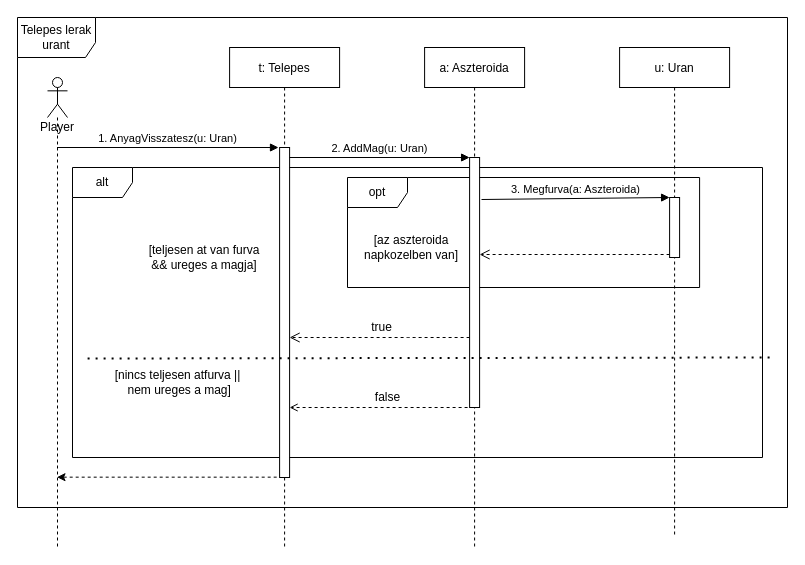
Above: page "uran lerak" (1 of 5) of doc/szekvencia/szek_UranLerak.drawio in torpeBoiGo/aszteroidabanyaszat (draw.io), before the change. Source tidied: cells renumbered, new cells numbered last; positions are measured from the earlier drawing's top-left corner, leaving out a move shared by most shapes. Both pictures are drawn from the tidied source at 100%, with x=0, y=0 at pixel (17, 17).
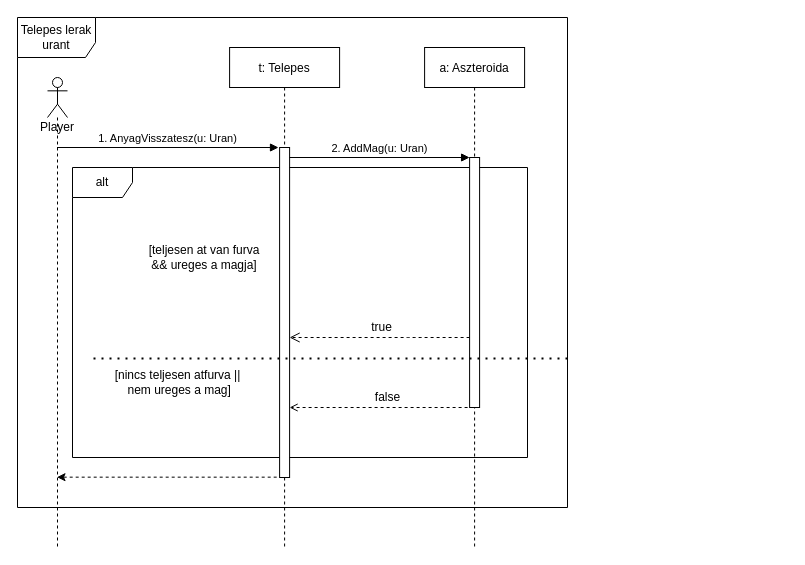
After the change.

Commit message (it also covers changes not shown here):
nincs megfurva

The change refers to these unchanged cells:
```xml
<mxCell id="9" style="html=1;points=[];perimeter=orthogonalPerimeter;" parent="8" vertex="1">
  <mxGeometry x="45" y="110" width="10" height="250" as="geometry" />
</mxCell>
```

Diff of the diagram source:
```diff
@@
     <mxCell id="2" value="Telepes lerak urant" style="shape=umlFrame;whiteSpace=wrap;html=1;width=78;height=40;" parent="1" vertex="1">
-      <mxGeometry width="770" height="490" as="geometry" />
+      <mxGeometry width="550" height="490" as="geometry" />
     </mxCell>
     <mxCell id="3" value="alt" style="shape=umlFrame;whiteSpace=wrap;html=1;" parent="1" vertex="1">
-      <mxGeometry x="55" y="150" width="690" height="290" as="geometry" />
+      <mxGeometry x="55" y="150" width="455" height="290" as="geometry" />
     </mxCell>
-    <mxCell id="4" value="opt" style="shape=umlFrame;whiteSpace=wrap;html=1;" parent="1" vertex="1">
-      <mxGeometry x="330" y="160" width="352.1" height="110" as="geometry" />
-    </mxCell>
-    <mxCell id="5" value="u: Uran" style="shape=umlLifeline;perimeter=lifelinePerimeter;rounded=0;shadow=0;strokeWidth=1;" parent="1" vertex="1">
-      <mxGeometry x="602.1" y="30" width="110" height="490" as="geometry" />
-    </mxCell>
@@
-    <mxCell id="14" value="[az aszteroida napkozelben van]" style="text;html=1;strokeColor=none;fillColor=none;align=center;verticalAlign=middle;whiteSpace=wrap;rounded=0;" parent="1" vertex="1">
-      <mxGeometry x="344" y="220" width="100" height="20" as="geometry" />
-    </mxCell>
-    <mxCell id="15" style="html=1;points=[];perimeter=orthogonalPerimeter;" parent="1" vertex="1">
-      <mxGeometry x="652.1" y="180" width="10" height="60" as="geometry" />
-    </mxCell>
-    <mxCell id="16" value="3. Megfurva(a: Aszteroida)" style="html=1;verticalAlign=bottom;endArrow=block;entryX=0;entryY=0;exitX=1.193;exitY=0.168;exitDx=0;exitDy=0;exitPerimeter=0;" parent="1" edge="1" source="9" target="15">
-      <mxGeometry relative="1" as="geometry" />
-    </mxCell>
-    <mxCell id="17" style="html=1;verticalAlign=bottom;endArrow=open;dashed=1;endSize=8;exitX=0;exitY=0.95;" parent="1" edge="1" source="15" target="9">
-      <mxGeometry relative="1" as="geometry" />
-    </mxCell>
@@
     <mxCell id="22" style="endArrow=none;dashed=1;html=1;dashPattern=1 3;strokeWidth=2;" parent="1" edge="1">
       <mxGeometry relative="1" as="geometry">
-        <mxPoint x="752.1" y="340" as="sourcePoint" />
+        <mxPoint x="550" y="341" as="sourcePoint" />
         <mxPoint x="70" y="341" as="targetPoint" />
       </mxGeometry>
     </mxCell>
```
